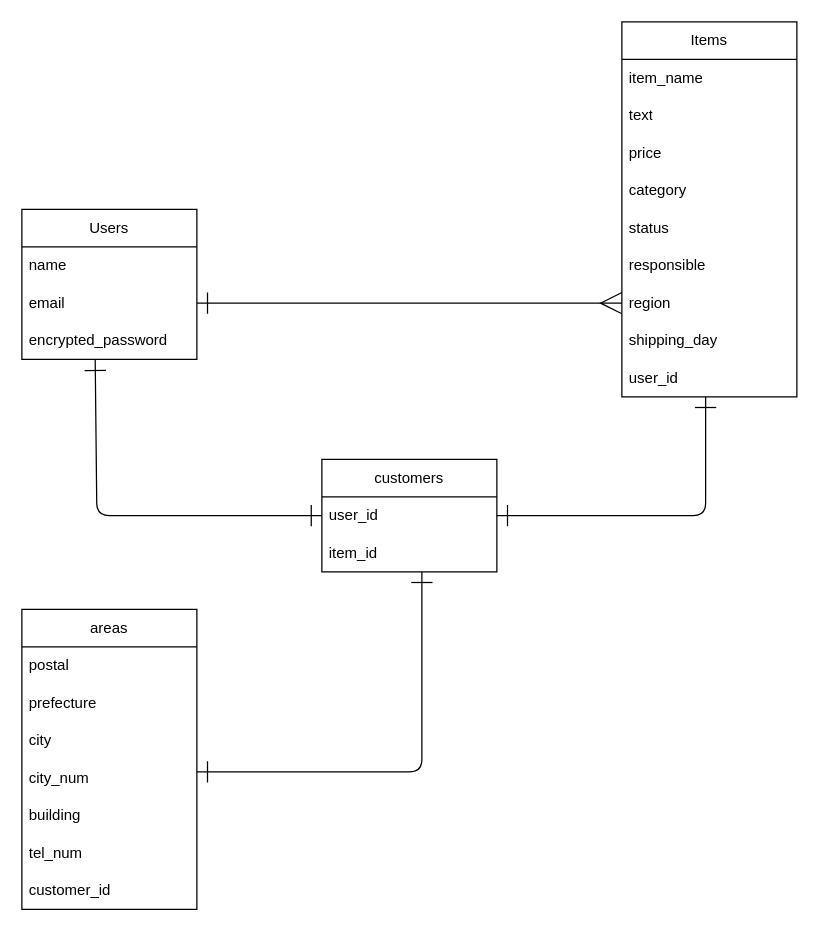
Toshiki-Ichi/furima-41548 keeps this draw.io diagram as furima.dio. Above is the earlier version. Source tidied: cells renumbered, new cells numbered last; positions are measured from the earlier drawing's top-left corner, leaving out a move shared by most shapes. Both pictures are drawn from the tidied source at 125%, with x=0, y=0 at pixel (21, 21).
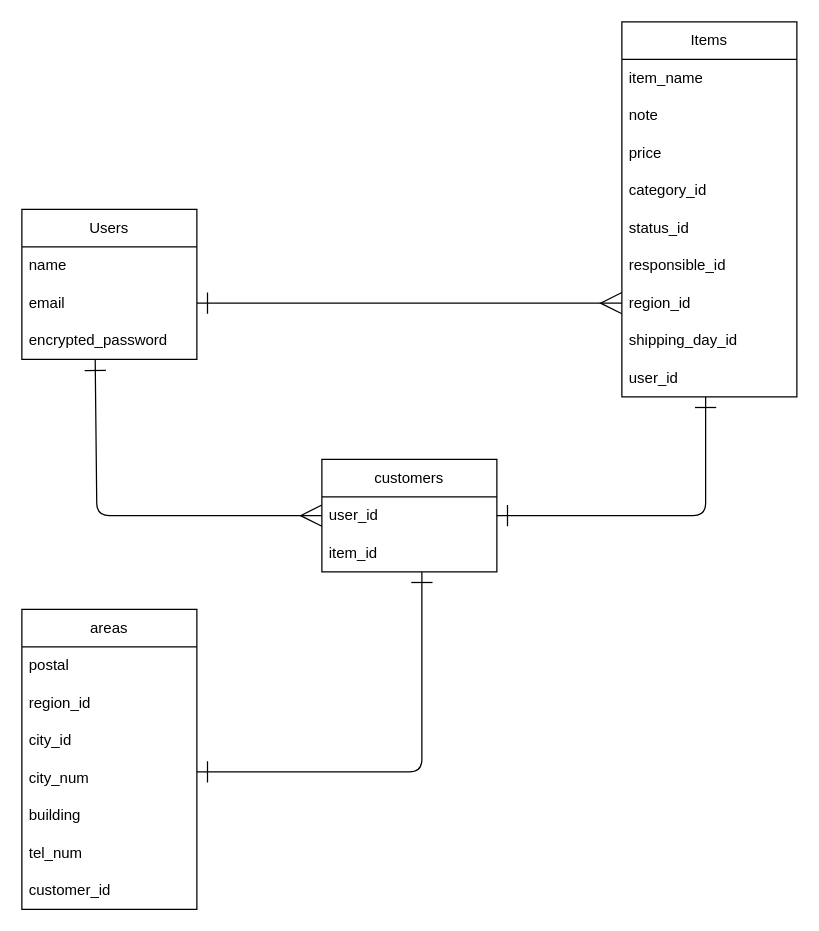
Above is the later version.

The change refers to these unchanged cells:
```xml
<mxCell id="5" value="encrypted_password" style="text;strokeColor=none;fillColor=none;align=left;verticalAlign=middle;spacingLeft=4;spacingRight=4;overflow=hidden;points=[[0,0.5],[1,0.5]];portConstraint=eastwest;whiteSpace=wrap;html=1;" parent="2" vertex="1">
  <mxGeometry y="90" width="140" height="30" as="geometry" />
</mxCell>
<mxCell id="6" value="Items" style="swimlane;fontStyle=0;horizontal=1;startSize=30;whiteSpace=wrap;html=1;" parent="1" vertex="1">
  <mxGeometry x="480" width="140" height="300" as="geometry" />
</mxCell>
<mxCell id="17" value="user_id" style="text;strokeColor=none;fillColor=none;align=left;verticalAlign=middle;spacingLeft=4;spacingRight=4;overflow=hidden;points=[[0,0.5],[1,0.5]];portConstraint=eastwest;whiteSpace=wrap;html=1;" parent="16" vertex="1">
  <mxGeometry y="30" width="140" height="30" as="geometry" />
</mxCell>
<mxCell id="19" value="areas" style="swimlane;fontStyle=0;horizontal=1;startSize=30;whiteSpace=wrap;html=1;" parent="1" vertex="1">
  <mxGeometry y="470" width="140" height="240" as="geometry" />
</mxCell>
```

The edit, as a diff of the source:
```diff
@@
-    <mxCell id="8" value="text" style="text;strokeColor=none;fillColor=none;align=left;verticalAlign=middle;spacingLeft=4;spacingRight=4;overflow=hidden;whiteSpace=wrap;html=1;" parent="6" vertex="1">
+    <mxCell id="8" value="note" style="text;strokeColor=none;fillColor=none;align=left;verticalAlign=middle;spacingLeft=4;spacingRight=4;overflow=hidden;whiteSpace=wrap;html=1;" parent="6" vertex="1">
       <mxGeometry y="60" width="140" height="30" as="geometry" />
     </mxCell>
@@
-    <mxCell id="10" value="category" style="text;strokeColor=none;fillColor=none;align=left;verticalAlign=middle;spacingLeft=4;spacingRight=4;overflow=hidden;whiteSpace=wrap;html=1;" parent="6" vertex="1">
+    <mxCell id="10" value="category_id" style="text;strokeColor=none;fillColor=none;align=left;verticalAlign=middle;spacingLeft=4;spacingRight=4;overflow=hidden;whiteSpace=wrap;html=1;" parent="6" vertex="1">
       <mxGeometry y="120" width="140" height="30" as="geometry" />
     </mxCell>
-    <mxCell id="11" value="status" style="text;strokeColor=none;fillColor=none;align=left;verticalAlign=middle;spacingLeft=4;spacingRight=4;overflow=hidden;whiteSpace=wrap;html=1;" parent="6" vertex="1">
+    <mxCell id="11" value="status_id" style="text;strokeColor=none;fillColor=none;align=left;verticalAlign=middle;spacingLeft=4;spacingRight=4;overflow=hidden;whiteSpace=wrap;html=1;" parent="6" vertex="1">
       <mxGeometry y="150" width="140" height="30" as="geometry" />
     </mxCell>
-    <mxCell id="12" value="responsible" style="text;strokeColor=none;fillColor=none;align=left;verticalAlign=middle;spacingLeft=4;spacingRight=4;overflow=hidden;whiteSpace=wrap;html=1;" parent="6" vertex="1">
+    <mxCell id="12" value="responsible_id" style="text;strokeColor=none;fillColor=none;align=left;verticalAlign=middle;spacingLeft=4;spacingRight=4;overflow=hidden;whiteSpace=wrap;html=1;" parent="6" vertex="1">
       <mxGeometry y="180" width="140" height="30" as="geometry" />
     </mxCell>
-    <mxCell id="13" value="region" style="text;strokeColor=none;fillColor=none;align=left;verticalAlign=middle;spacingLeft=4;spacingRight=4;overflow=hidden;points=[[0,0.5],[1,0.5]];portConstraint=eastwest;whiteSpace=wrap;html=1;" parent="6" vertex="1">
+    <mxCell id="13" value="region_id" style="text;strokeColor=none;fillColor=none;align=left;verticalAlign=middle;spacingLeft=4;spacingRight=4;overflow=hidden;points=[[0,0.5],[1,0.5]];portConstraint=eastwest;whiteSpace=wrap;html=1;" parent="6" vertex="1">
       <mxGeometry y="210" width="140" height="30" as="geometry" />
     </mxCell>
-    <mxCell id="14" value="shipping_day" style="text;strokeColor=none;fillColor=none;align=left;verticalAlign=middle;spacingLeft=4;spacingRight=4;overflow=hidden;whiteSpace=wrap;html=1;" parent="6" vertex="1">
+    <mxCell id="14" value="shipping_day_id" style="text;strokeColor=none;fillColor=none;align=left;verticalAlign=middle;spacingLeft=4;spacingRight=4;overflow=hidden;whiteSpace=wrap;html=1;" parent="6" vertex="1">
       <mxGeometry y="240" width="140" height="30" as="geometry" />
     </mxCell>
@@
-    <mxCell id="21" value="prefecture" style="text;strokeColor=none;fillColor=none;align=left;verticalAlign=middle;spacingLeft=4;spacingRight=4;overflow=hidden;whiteSpace=wrap;html=1;" parent="19" vertex="1">
+    <mxCell id="21" value="region_id" style="text;strokeColor=none;fillColor=none;align=left;verticalAlign=middle;spacingLeft=4;spacingRight=4;overflow=hidden;whiteSpace=wrap;html=1;" parent="19" vertex="1">
       <mxGeometry y="60" width="140" height="30" as="geometry" />
     </mxCell>
-    <mxCell id="22" value="city" style="text;strokeColor=none;fillColor=none;align=left;verticalAlign=middle;spacingLeft=4;spacingRight=4;overflow=hidden;whiteSpace=wrap;html=1;" parent="19" vertex="1">
+    <mxCell id="22" value="city_id" style="text;strokeColor=none;fillColor=none;align=left;verticalAlign=middle;spacingLeft=4;spacingRight=4;overflow=hidden;whiteSpace=wrap;html=1;" parent="19" vertex="1">
       <mxGeometry y="90" width="140" height="30" as="geometry" />
     </mxCell>
@@
-    <mxCell id="29" style="endArrow=ERone;html=1;exitX=0;exitY=0.5;exitDx=0;exitDy=0;entryX=0.419;entryY=1.014;entryDx=0;entryDy=0;entryPerimeter=0;startArrow=ERone;startFill=0;endFill=0;endSize=15;startSize=15;" parent="1" edge="1" source="17" target="5">
+    <mxCell id="29" style="endArrow=ERone;html=1;exitX=0;exitY=0.5;exitDx=0;exitDy=0;entryX=0.419;entryY=1.014;entryDx=0;entryDy=0;entryPerimeter=0;startArrow=ERmany;startFill=0;endFill=0;endSize=15;startSize=15;" parent="1" edge="1" source="17" target="5">
       <mxGeometry relative="1" as="geometry">
         <Array as="points">
           <mxPoint x="60" y="395" />
         </Array>
       </mxGeometry>
     </mxCell>
```
